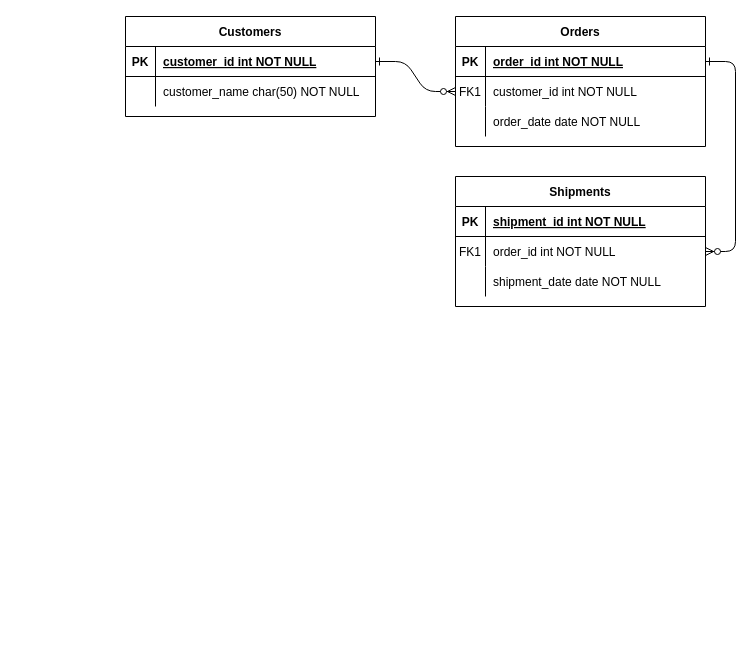
Earlier version of the draw.io diagram Untitled Diagram.drawio (Work-JustinClark/week8SQL). Source tidied: cells renumbered, new cells numbered last; positions are measured from the earlier drawing's top-left corner, leaving out a move shared by most shapes. Both pictures are drawn from the tidied source at 100%, with x=0, y=0 at pixel (125, 16).
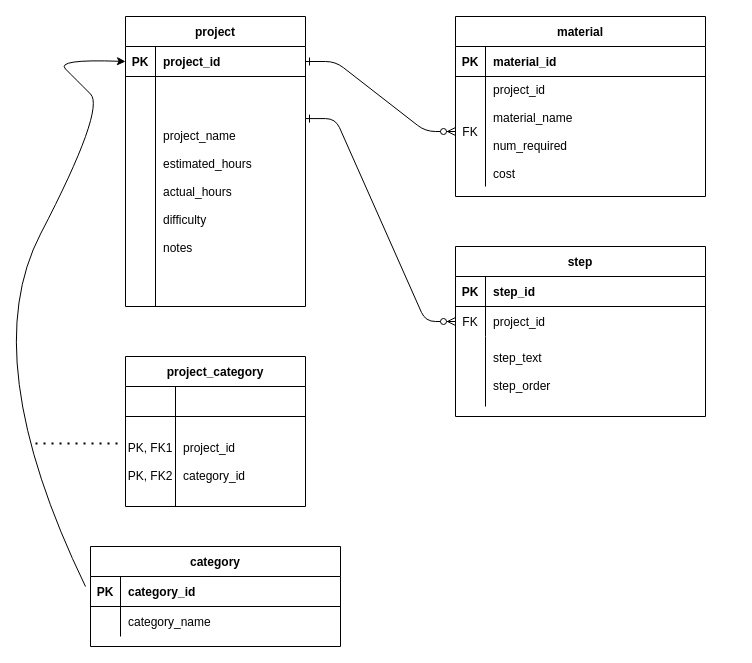
The same page after the edit.

Commit message:
week8ERD

The change refers to these unchanged cells:
```xml
<mxCell id="5" style="shape=partialRectangle;fillColor=none;points=[[0,0.5],[1,0.5]];portConstraint=eastwest;top=0;left=0;right=0;bottom=1;" parent="4" vertex="1">
  <mxGeometry y="30" width="250" height="30" as="geometry" />
</mxCell>
<mxCell id="15" style="shape=partialRectangle;fillColor=none;top=0;left=0;right=0;bottom=1;" parent="14" vertex="1">
  <mxGeometry y="30" width="250" height="30" as="geometry" />
</mxCell>
<mxCell id="18" style="shape=partialRectangle;fillColor=none;points=[[0,0.5],[1,0.5]];portConstraint=eastwest;top=0;left=0;right=0;bottom=0;" parent="14" vertex="1">
  <mxGeometry y="60" width="250" height="30" as="geometry" />
</mxCell>
```

Diff of the diagram source:
```diff
@@
-    <mxCell id="3" style="edgeStyle=entityRelationEdgeStyle;endArrow=ERzeroToMany;startArrow=ERone;endFill=1;startFill=0;" parent="1" edge="1" source="5" target="18">
+    <mxCell id="3" style="edgeStyle=entityRelationEdgeStyle;endArrow=ERzeroToMany;startArrow=ERone;endFill=1;startFill=0;exitX=1;exitY=0.183;exitDx=0;exitDy=0;exitPerimeter=0;" parent="1" edge="1" source="28" target="18">
       <mxGeometry relative="1" as="geometry" />
     </mxCell>
-    <mxCell id="4" value="Orders" style="shape=table;startSize=30;childLayout=tableLayout;rowLines=0;fontStyle=1;align=center;" parent="1" vertex="1">
-      <mxGeometry x="330" width="250" height="130" as="geometry" />
+    <mxCell id="4" value="material" style="shape=table;startSize=30;childLayout=tableLayout;rowLines=0;fontStyle=1;align=center;" parent="1" vertex="1">
+      <mxGeometry x="330" width="250" height="180" as="geometry" />
     </mxCell>
@@
-    <mxCell id="7" value="order_id int NOT NULL " style="shape=partialRectangle;overflow=hidden;fillColor=none;top=0;left=0;bottom=0;right=0;align=left;spacingLeft=6;fontStyle=5;" parent="5" vertex="1">
+    <mxCell id="7" value="material_id" style="shape=partialRectangle;overflow=hidden;fillColor=none;top=0;left=0;bottom=0;right=0;align=left;spacingLeft=6;fontStyle=1;" parent="5" vertex="1">
       <mxGeometry x="30" width="220" height="30" as="geometry" />
     </mxCell>
     <mxCell id="8" style="shape=partialRectangle;fillColor=none;points=[[0,0.5],[1,0.5]];portConstraint=eastwest;top=0;left=0;right=0;bottom=0;" parent="4" vertex="1">
-      <mxGeometry y="60" width="250" height="30" as="geometry" />
+      <mxGeometry y="60" width="250" height="110" as="geometry" />
     </mxCell>
-    <mxCell id="9" value="FK1" style="shape=partialRectangle;overflow=hidden;fillColor=none;top=0;left=0;bottom=0;right=0;" parent="8" vertex="1">
-      <mxGeometry width="30" height="30" as="geometry" />
+    <mxCell id="9" value="FK" style="shape=partialRectangle;overflow=hidden;fillColor=none;top=0;left=0;bottom=0;right=0;" parent="8" vertex="1">
+      <mxGeometry width="30" height="110" as="geometry" />
     </mxCell>
-    <mxCell id="10" value="customer_id int NOT NULL" style="shape=partialRectangle;overflow=hidden;fillColor=none;top=0;left=0;bottom=0;right=0;align=left;spacingLeft=6;" parent="8" vertex="1">
-      <mxGeometry x="30" width="220" height="30" as="geometry" />
+    <mxCell id="10" value="project_id&#10;&#10;material_name&#10;&#10;num_required&#10;&#10;cost" style="shape=partialRectangle;overflow=hidden;fillColor=none;top=0;left=0;bottom=0;right=0;align=left;spacingLeft=6;" parent="8" vertex="1">
+      <mxGeometry x="30" width="220" height="110" as="geometry" />
     </mxCell>
-    <mxCell id="11" style="shape=partialRectangle;fillColor=none;top=0;left=0;right=0;bottom=0;" parent="4" vertex="1">
-      <mxGeometry y="90" width="250" height="30" as="geometry" />
-    </mxCell>
-    <mxCell id="12" style="shape=partialRectangle;overflow=hidden;fillColor=none;top=0;left=0;bottom=0;right=0;" parent="11" vertex="1">
-      <mxGeometry width="30" height="30" as="geometry" />
-    </mxCell>
-    <mxCell id="13" value="order_date date NOT NULL" style="shape=partialRectangle;overflow=hidden;fillColor=none;top=0;left=0;bottom=0;right=0;align=left;spacingLeft=6;" parent="11" vertex="1">
-      <mxGeometry x="30" width="220" height="30" as="geometry" />
-    </mxCell>
-    <mxCell id="14" value="Shipments" style="shape=table;startSize=30;childLayout=tableLayout;rowLines=0;fontStyle=1;align=center;" parent="1" vertex="1">
-      <mxGeometry x="330" y="160" width="250" height="130" as="geometry" />
+    <mxCell id="14" value="step" style="shape=table;startSize=30;childLayout=tableLayout;rowLines=0;fontStyle=1;align=center;" parent="1" vertex="1">
+      <mxGeometry x="330" y="230" width="250" height="170" as="geometry" />
     </mxCell>
@@
-    <mxCell id="17" value="shipment_id int NOT NULL " style="shape=partialRectangle;overflow=hidden;fillColor=none;top=0;left=0;bottom=0;right=0;align=left;spacingLeft=6;fontStyle=5;" parent="15" vertex="1">
+    <mxCell id="17" value="step_id" style="shape=partialRectangle;overflow=hidden;fillColor=none;top=0;left=0;bottom=0;right=0;align=left;spacingLeft=6;fontStyle=1;" parent="15" vertex="1">
       <mxGeometry x="30" width="220" height="30" as="geometry" />
     </mxCell>
@@
-    <mxCell id="19" value="FK1" style="shape=partialRectangle;overflow=hidden;fillColor=none;top=0;left=0;bottom=0;right=0;" parent="18" vertex="1">
+    <mxCell id="19" value="FK" style="shape=partialRectangle;overflow=hidden;fillColor=none;top=0;left=0;bottom=0;right=0;" parent="18" vertex="1">
       <mxGeometry width="30" height="30" as="geometry" />
     </mxCell>
-    <mxCell id="20" value="order_id int NOT NULL" style="shape=partialRectangle;overflow=hidden;fillColor=none;top=0;left=0;bottom=0;right=0;align=left;spacingLeft=6;" parent="18" vertex="1">
+    <mxCell id="20" value="project_id" style="shape=partialRectangle;overflow=hidden;fillColor=none;top=0;left=0;bottom=0;right=0;align=left;spacingLeft=6;" parent="18" vertex="1">
       <mxGeometry x="30" width="220" height="30" as="geometry" />
     </mxCell>
     <mxCell id="21" style="shape=partialRectangle;fillColor=none;top=0;left=0;right=0;bottom=0;" parent="14" vertex="1">
-      <mxGeometry y="90" width="250" height="30" as="geometry" />
+      <mxGeometry y="90" width="250" height="70" as="geometry" />
     </mxCell>
     <mxCell id="22" style="shape=partialRectangle;overflow=hidden;fillColor=none;top=0;left=0;bottom=0;right=0;" parent="21" vertex="1">
-      <mxGeometry width="30" height="30" as="geometry" />
+      <mxGeometry width="30" height="70" as="geometry" />
     </mxCell>
-    <mxCell id="23" value="shipment_date date NOT NULL" style="shape=partialRectangle;overflow=hidden;fillColor=none;top=0;left=0;bottom=0;right=0;align=left;spacingLeft=6;" parent="21" vertex="1">
-      <mxGeometry x="30" width="220" height="30" as="geometry" />
+    <mxCell id="23" value="step_text&#10;&#10;step_order" style="shape=partialRectangle;overflow=hidden;fillColor=none;top=0;left=0;bottom=0;right=0;align=left;spacingLeft=6;" parent="21" vertex="1">
+      <mxGeometry x="30" width="220" height="70" as="geometry" />
     </mxCell>
-    <mxCell id="24" value="Customers" style="shape=table;startSize=30;childLayout=tableLayout;rowLines=0;fontStyle=1;align=center;" parent="1" vertex="1">
-      <mxGeometry width="250" height="100" as="geometry" />
+    <mxCell id="24" value="project" style="shape=table;startSize=30;childLayout=tableLayout;rowLines=0;fontStyle=1;align=center;" parent="1" vertex="1">
+      <mxGeometry width="180" height="290" as="geometry" />
     </mxCell>
     <mxCell id="25" style="shape=partialRectangle;fillColor=none;points=[[0,0.5],[1,0.5]];portConstraint=eastwest;top=0;left=0;right=0;bottom=1;" parent="24" vertex="1">
-      <mxGeometry y="30" width="250" height="30" as="geometry" />
+      <mxGeometry y="30" width="180" height="30" as="geometry" />
     </mxCell>
@@
-    <mxCell id="27" value="customer_id int NOT NULL " style="shape=partialRectangle;overflow=hidden;fillColor=none;top=0;left=0;bottom=0;right=0;align=left;spacingLeft=6;fontStyle=5;" parent="25" vertex="1">
-      <mxGeometry x="30" width="220" height="30" as="geometry" />
+    <mxCell id="27" value="project_id" style="shape=partialRectangle;overflow=hidden;fillColor=none;top=0;left=0;bottom=0;right=0;align=left;spacingLeft=6;fontStyle=1;" parent="25" vertex="1">
+      <mxGeometry x="30" width="150" height="30" as="geometry" />
     </mxCell>
     <mxCell id="28" style="shape=partialRectangle;fillColor=none;points=[[0,0.5],[1,0.5]];portConstraint=eastwest;top=0;left=0;right=0;bottom=0;" parent="24" vertex="1">
-      <mxGeometry y="60" width="250" height="30" as="geometry" />
+      <mxGeometry y="60" width="180" height="230" as="geometry" />
     </mxCell>
     <mxCell id="29" style="shape=partialRectangle;overflow=hidden;fillColor=none;top=0;left=0;bottom=0;right=0;" parent="28" vertex="1">
-      <mxGeometry width="30" height="30" as="geometry" />
+      <mxGeometry width="30" height="230" as="geometry" />
     </mxCell>
-    <mxCell id="30" value="customer_name char(50) NOT NULL" style="shape=partialRectangle;overflow=hidden;fillColor=none;top=0;left=0;bottom=0;right=0;align=left;spacingLeft=6;" parent="28" vertex="1">
-      <mxGeometry x="30" width="220" height="30" as="geometry" />
+    <mxCell id="30" value="project_name&#10;&#10;estimated_hours&#10;&#10;actual_hours&#10;&#10;difficulty&#10;&#10;notes" style="shape=partialRectangle;overflow=hidden;fillColor=none;top=0;left=0;bottom=0;right=0;align=left;spacingLeft=6;" parent="28" vertex="1">
+      <mxGeometry x="30" width="150" height="230" as="geometry" />
     </mxCell>
+    <mxCell id="31" value="category" style="shape=table;startSize=30;childLayout=tableLayout;rowLines=0;fontStyle=1;align=center;" parent="1" vertex="1">
+      <mxGeometry x="-35" y="530" width="250" height="100" as="geometry" />
+    </mxCell>
+    <mxCell id="32" style="shape=partialRectangle;fillColor=none;top=0;left=0;right=0;bottom=1;" parent="31" vertex="1">
+      <mxGeometry y="30" width="250" height="30" as="geometry" />
+    </mxCell>
+    <mxCell id="33" value="PK" style="shape=partialRectangle;overflow=hidden;fillColor=none;top=0;left=0;bottom=0;right=0;fontStyle=1;" parent="32" vertex="1">
+      <mxGeometry width="30" height="30" as="geometry" />
+    </mxCell>
+    <mxCell id="34" value="category_id" style="shape=partialRectangle;overflow=hidden;fillColor=none;top=0;left=0;bottom=0;right=0;align=left;spacingLeft=6;fontStyle=1;" parent="32" vertex="1">
+      <mxGeometry x="30" width="220" height="30" as="geometry" />
+    </mxCell>
+    <mxCell id="35" style="shape=partialRectangle;fillColor=none;top=0;left=0;right=0;bottom=0;" parent="31" vertex="1">
+      <mxGeometry y="60" width="250" height="30" as="geometry" />
+    </mxCell>
+    <mxCell id="12" style="shape=partialRectangle;overflow=hidden;fillColor=none;top=0;left=0;bottom=0;right=0;" parent="35" vertex="1">
+      <mxGeometry width="30" height="30" as="geometry" />
+    </mxCell>
+    <mxCell id="36" value="category_name" style="shape=partialRectangle;overflow=hidden;fillColor=none;top=0;left=0;bottom=0;right=0;align=left;spacingLeft=6;" parent="35" vertex="1">
+      <mxGeometry x="30" width="220" height="30" as="geometry" />
+    </mxCell>
+    <mxCell id="37" value="project_category" style="shape=table;startSize=30;childLayout=tableLayout;rowLines=0;fontStyle=1;align=center;" parent="1" vertex="1">
+      <mxGeometry y="340" width="180" height="150" as="geometry" />
+    </mxCell>
+    <mxCell id="38" style="shape=partialRectangle;fillColor=none;top=0;left=0;right=0;bottom=1;" parent="37" vertex="1">
+      <mxGeometry y="30" width="180" height="30" as="geometry" />
+    </mxCell>
+    <mxCell id="39" style="shape=partialRectangle;overflow=hidden;fillColor=none;top=0;left=0;bottom=0;right=0;fontStyle=1;" parent="38" vertex="1">
+      <mxGeometry width="50" height="30" as="geometry" />
+    </mxCell>
+    <mxCell id="40" style="shape=partialRectangle;overflow=hidden;fillColor=none;top=0;left=0;bottom=0;right=0;align=left;spacingLeft=6;fontStyle=1;" parent="38" vertex="1">
+      <mxGeometry x="50" width="130" height="30" as="geometry" />
+    </mxCell>
+    <mxCell id="41" style="shape=partialRectangle;fillColor=none;points=[[0,0.5],[1,0.5]];portConstraint=eastwest;top=0;left=0;right=0;bottom=0;" parent="37" vertex="1">
+      <mxGeometry y="60" width="180" height="90" as="geometry" />
+    </mxCell>
+    <mxCell id="42" value="PK, FK1&#10;&#10;PK, FK2" style="shape=partialRectangle;overflow=hidden;fillColor=none;top=0;left=0;bottom=0;right=0;" parent="41" vertex="1">
+      <mxGeometry width="50" height="90" as="geometry" />
+    </mxCell>
+    <mxCell id="43" value="project_id&#10;&#10;category_id" style="shape=partialRectangle;overflow=hidden;fillColor=none;top=0;left=0;bottom=0;right=0;align=left;spacingLeft=6;" parent="41" vertex="1">
+      <mxGeometry x="50" width="130" height="90" as="geometry" />
+    </mxCell>
+    <mxCell id="44" style="endArrow=none;dashed=1;html=1;dashPattern=1 3;strokeWidth=2;rounded=0;entryX=-0.011;entryY=0.3;entryDx=0;entryDy=0;entryPerimeter=0;" parent="1" edge="1" target="41">
+      <mxGeometry relative="1" as="geometry">
+        <mxPoint x="-90" y="427" as="sourcePoint" />
+      </mxGeometry>
+    </mxCell>
+    <mxCell id="45" style="curved=1;endArrow=classic;html=1;rounded=0;entryX=0;entryY=0.5;entryDx=0;entryDy=0;" parent="1" edge="1" target="25">
+      <mxGeometry relative="1" as="geometry">
+        <mxPoint x="-40" y="570" as="sourcePoint" />
+        <Array as="points">
+          <mxPoint x="-150" y="342.5" />
+          <mxPoint x="-20" y="92.5" />
+          <mxPoint x="-50" y="62.5" />
+          <mxPoint x="-70" y="42.5" />
+        </Array>
+      </mxGeometry>
+    </mxCell>
```
